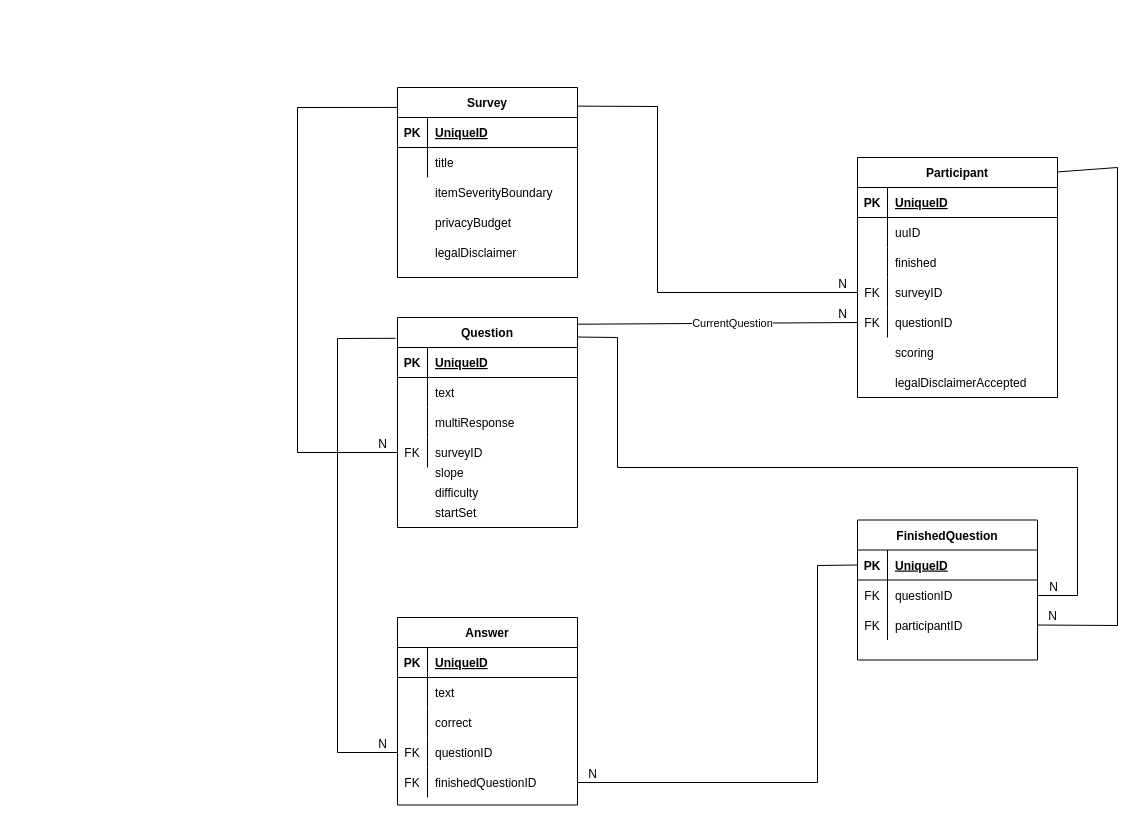
The draw.io diagram docs/database.drawio in SATOCA/SATOCA, before the edit. Source tidied: cells renumbered, new cells numbered last; positions are measured from the earlier drawing's top-left corner, leaving out a move shared by most shapes. Both pictures are drawn from the tidied source at 100%, with x=0, y=0 at pixel (297, 87).
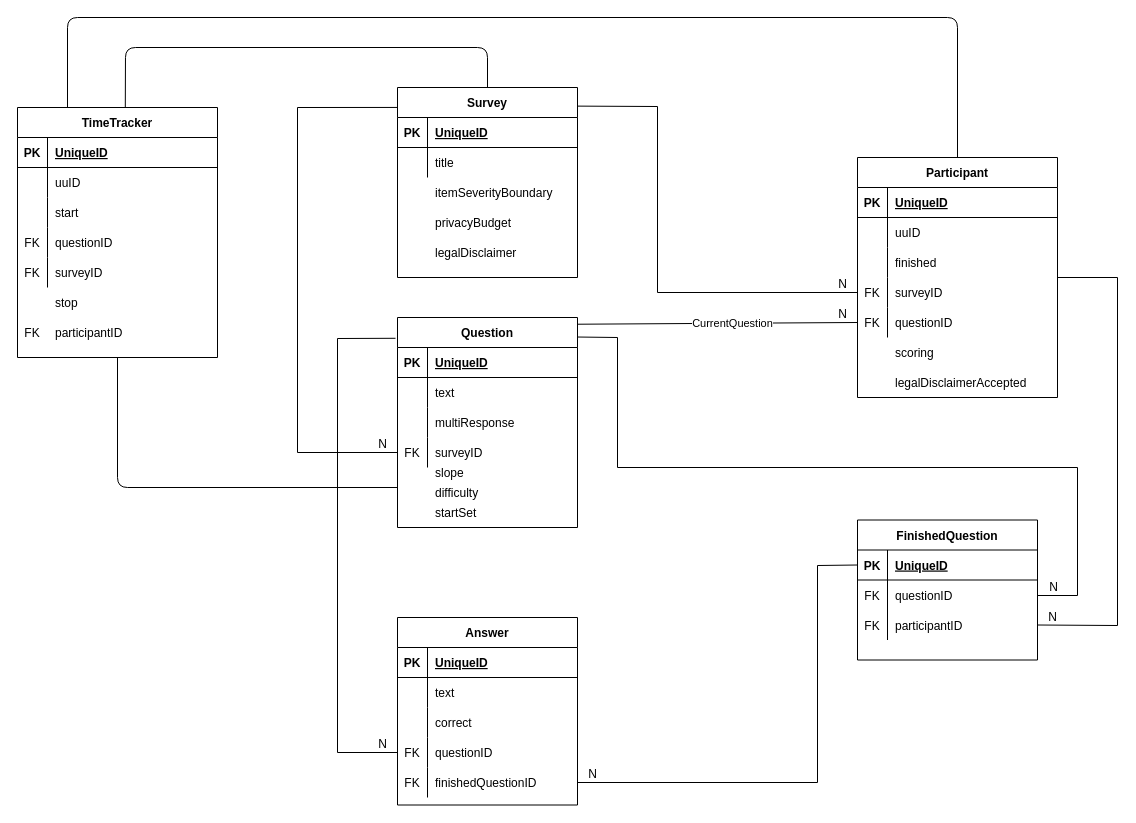
Above is the later version.

Unchanged cells that the change refers to:
```xml
<mxCell id="25" value="Participant" style="shape=table;startSize=30;childLayout=tableLayout;rowLines=0;fontStyle=1;align=center;" parent="1" vertex="1">
  <mxGeometry x="560" y="70" width="200" height="240" as="geometry" />
</mxCell>
<mxCell id="64" style="shape=partialRectangle;fillColor=none;top=0;left=0;bottom=0;right=0;points=[[0,0.5],[1,0.5]];portConstraint=eastwest;" parent="57" vertex="1">
  <mxGeometry y="90" width="180" height="30" as="geometry" />
</mxCell>
<mxCell id="72" value="Survey" style="shape=table;startSize=30;childLayout=tableLayout;rowLines=0;fontStyle=1;align=center;" parent="1" vertex="1">
  <mxGeometry x="100" width="180" height="190" as="geometry" />
</mxCell>
```

Diff of the diagram source:
```diff
@@
-    <mxCell id="2" style="endArrow=none;html=1;rounded=0;entryX=1;entryY=0.5;entryDx=0;entryDy=0;exitX=1.002;exitY=0.06;exitDx=0;exitDy=0;exitPerimeter=0;" parent="1" edge="1" source="25" target="64">
+    <mxCell id="2" style="endArrow=none;html=1;rounded=0;entryX=1;entryY=0.5;entryDx=0;entryDy=0;" parent="1" edge="1" source="25" target="64">
       <mxGeometry relative="1" as="geometry">
         <Array as="points">
-          <mxPoint x="820" y="80" />
+          <mxPoint x="820" y="190" />
           <mxPoint x="820" y="538" />
         </Array>
       </mxGeometry>
     </mxCell>
@@
+    <mxCell id="87" value="TimeTracker" style="shape=table;startSize=30;childLayout=tableLayout;rowLines=0;fontStyle=1;align=center;" parent="1" vertex="1">
+      <mxGeometry x="-280" y="20" width="200" height="250" as="geometry" />
+    </mxCell>
+    <mxCell id="88" style="shape=partialRectangle;fillColor=none;top=0;left=0;bottom=1;right=0;" parent="87" vertex="1">
+      <mxGeometry y="30" width="200" height="30" as="geometry" />
+    </mxCell>
+    <mxCell id="89" value="PK" style="shape=partialRectangle;fillColor=none;top=0;left=0;bottom=0;right=0;fontStyle=1;overflow=hidden;" parent="88" vertex="1">
+      <mxGeometry width="30" height="30" as="geometry" />
+    </mxCell>
+    <mxCell id="90" value="UniqueID" style="shape=partialRectangle;fillColor=none;top=0;left=0;bottom=0;right=0;align=left;spacingLeft=6;fontStyle=5;overflow=hidden;" parent="88" vertex="1">
+      <mxGeometry x="30" width="170" height="30" as="geometry" />
+    </mxCell>
+    <mxCell id="91" style="shape=partialRectangle;fillColor=none;top=0;left=0;bottom=0;right=0;" parent="87" vertex="1">
+      <mxGeometry y="60" width="200" height="30" as="geometry" />
+    </mxCell>
+    <mxCell id="92" style="shape=partialRectangle;fillColor=none;top=0;left=0;bottom=0;right=0;overflow=hidden;" parent="91" vertex="1">
+      <mxGeometry width="30" height="30" as="geometry" />
+    </mxCell>
+    <mxCell id="93" value="uuID" style="shape=partialRectangle;fillColor=none;top=0;left=0;bottom=0;right=0;align=left;spacingLeft=6;overflow=hidden;" parent="91" vertex="1">
+      <mxGeometry x="30" width="170" height="30" as="geometry" />
+    </mxCell>
+    <mxCell id="94" style="shape=partialRectangle;fillColor=none;top=0;left=0;bottom=0;right=0;" parent="87" vertex="1">
+      <mxGeometry y="90" width="200" height="30" as="geometry" />
+    </mxCell>
+    <mxCell id="95" style="shape=partialRectangle;fillColor=none;top=0;left=0;bottom=0;right=0;overflow=hidden;" parent="94" vertex="1">
+      <mxGeometry width="30" height="30" as="geometry" />
+    </mxCell>
+    <mxCell id="96" value="start" style="shape=partialRectangle;fillColor=none;top=0;left=0;bottom=0;right=0;align=left;spacingLeft=6;overflow=hidden;" parent="94" vertex="1">
+      <mxGeometry x="30" width="170" height="30" as="geometry" />
+    </mxCell>
+    <mxCell id="97" style="shape=partialRectangle;fillColor=none;top=0;left=0;bottom=0;right=0;" parent="87" vertex="1">
+      <mxGeometry y="120" width="200" height="30" as="geometry" />
+    </mxCell>
+    <mxCell id="98" value="FK" style="shape=partialRectangle;fillColor=none;top=0;left=0;bottom=0;right=0;overflow=hidden;" parent="97" vertex="1">
+      <mxGeometry width="30" height="30" as="geometry" />
+    </mxCell>
+    <mxCell id="99" value="questionID" style="shape=partialRectangle;fillColor=none;top=0;left=0;bottom=0;right=0;align=left;spacingLeft=6;overflow=hidden;" parent="97" vertex="1">
+      <mxGeometry x="30" width="170" height="30" as="geometry" />
+    </mxCell>
+    <mxCell id="100" style="shape=partialRectangle;fillColor=none;top=0;left=0;bottom=0;right=0;" parent="87" vertex="1">
+      <mxGeometry y="150" width="200" height="30" as="geometry" />
+    </mxCell>
+    <mxCell id="101" value="FK" style="shape=partialRectangle;fillColor=none;top=0;left=0;bottom=0;right=0;overflow=hidden;" parent="100" vertex="1">
+      <mxGeometry width="30" height="30" as="geometry" />
+    </mxCell>
+    <mxCell id="102" value="surveyID" style="shape=partialRectangle;fillColor=none;top=0;left=0;bottom=0;right=0;align=left;spacingLeft=6;overflow=hidden;" parent="100" vertex="1">
+      <mxGeometry x="30" width="170" height="30" as="geometry" />
+    </mxCell>
+    <mxCell id="103" style="endArrow=none;html=1;entryX=0.5;entryY=0;entryDx=0;entryDy=0;exitX=0.539;exitY=-0.002;exitDx=0;exitDy=0;exitPerimeter=0;" parent="1" edge="1" source="87" target="72">
+      <mxGeometry relative="1" as="geometry">
+        <Array as="points">
+          <mxPoint x="-172" y="-40" />
+          <mxPoint x="190" y="-40" />
+        </Array>
+      </mxGeometry>
+    </mxCell>
+    <mxCell id="104" style="endArrow=none;html=1;exitX=0.5;exitY=1;exitDx=0;exitDy=0;" parent="1" edge="1" source="87">
+      <mxGeometry relative="1" as="geometry">
+        <mxPoint x="100" y="400" as="targetPoint" />
+        <Array as="points">
+          <mxPoint x="-180" y="400" />
+        </Array>
+      </mxGeometry>
+    </mxCell>
+    <mxCell id="105" style="endArrow=none;html=1;entryX=0.25;entryY=0;entryDx=0;entryDy=0;" parent="1" edge="1" source="25" target="87">
+      <mxGeometry relative="1" as="geometry">
+        <Array as="points">
+          <mxPoint x="660" y="-70" />
+          <mxPoint x="-230" y="-70" />
+        </Array>
+      </mxGeometry>
+    </mxCell>
+    <mxCell id="106" value="stop" style="shape=partialRectangle;fillColor=none;top=0;left=0;bottom=0;right=0;align=left;spacingLeft=6;overflow=hidden;" parent="1" vertex="1">
+      <mxGeometry x="-250" y="200" width="170" height="30" as="geometry" />
+    </mxCell>
+    <mxCell id="107" value="participantID" style="shape=partialRectangle;fillColor=none;top=0;left=0;bottom=0;right=0;align=left;spacingLeft=6;overflow=hidden;" parent="1" vertex="1">
+      <mxGeometry x="-250" y="230" width="170" height="30" as="geometry" />
+    </mxCell>
+    <mxCell id="108" value="FK" style="shape=partialRectangle;fillColor=none;top=0;left=0;bottom=0;right=0;overflow=hidden;" parent="1" vertex="1">
+      <mxGeometry x="-280" y="230" width="30" height="30" as="geometry" />
+    </mxCell>
```
